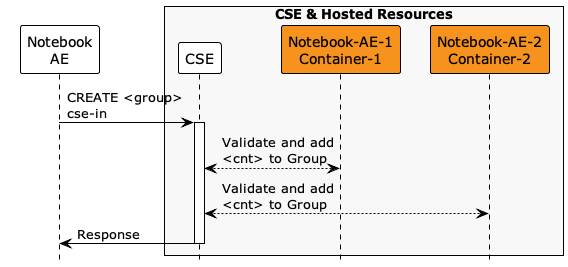
This is images/04/create_group.png from ankraft/onem2m-jupyter-notebooks, a PlantUML export, as it was before one commit.
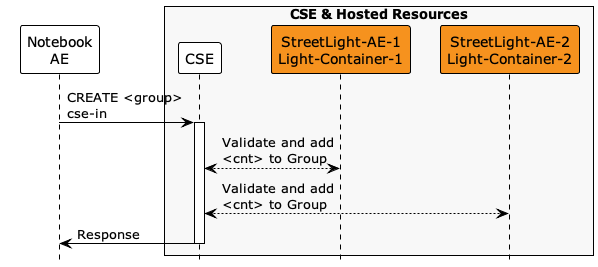
After the commit.

Commit message:
Added "street lights" scenario to group notebook

Change to the diagram source:
```diff
@@ -7,8 +7,8 @@
 participant "Notebook\nAE" as AE
 box "CSE & Hosted Resources" #f8f8f8
 participant "CSE" as CSE
-participant "Notebook-AE-1\nContainer-1" as container1 #F6921E
-participant "Notebook-AE-2\nContainer-2" as container2 #F6921E
+participant "StreetLight-AE-1\nLight-Container-1" as container1 #F6921E
+participant "StreetLight-AE-2\nLight-Container-2" as container2 #F6921E
 end box
 
 
```
